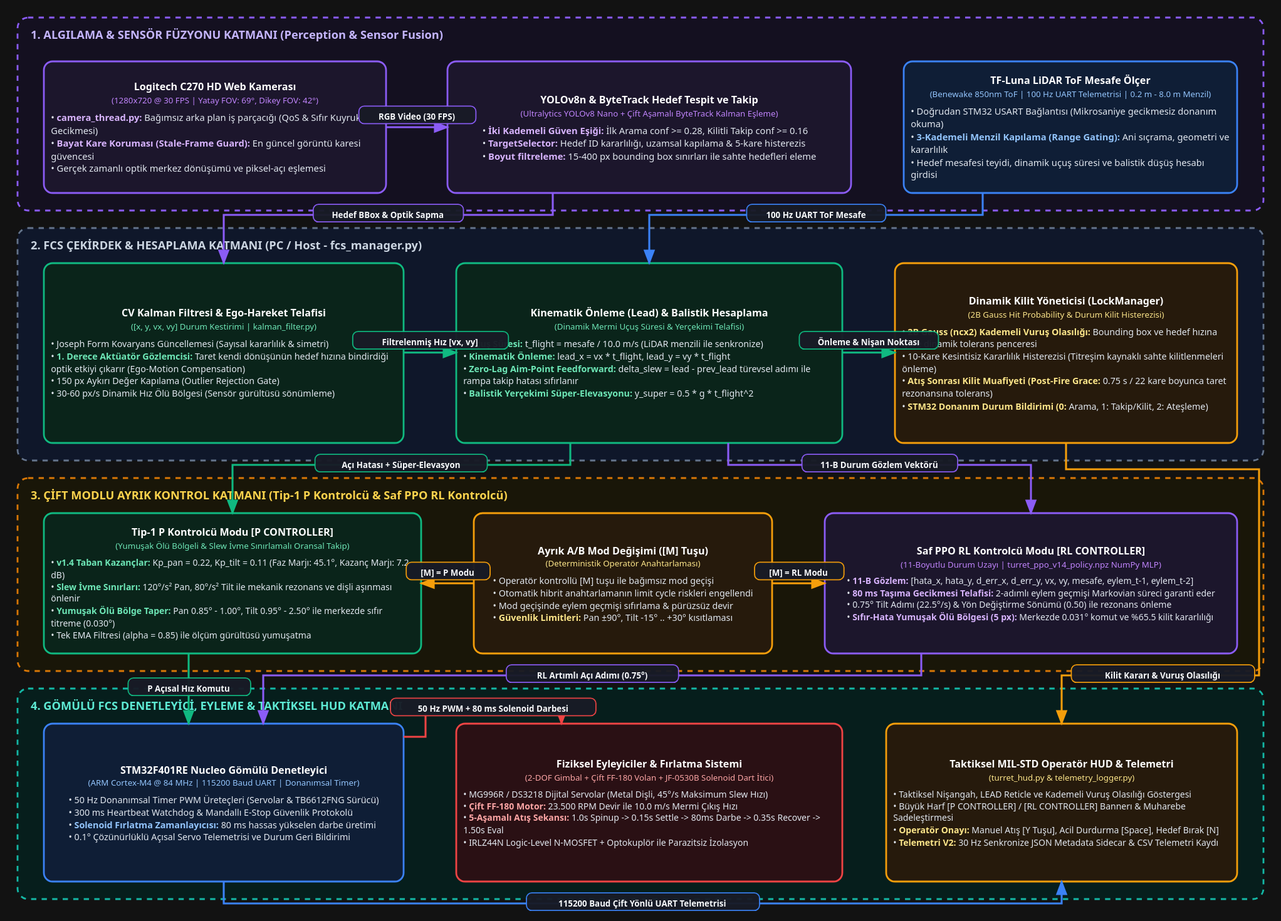
Above: docs/assets/turret_fcs_architecture.svg in brkysnturk/turret_fcs (draw.io), before the change. Source tidied: cells renumbered, new cells last; positions are measured from the earlier drawing's top-left corner, leaving out a move shared by most shapes.
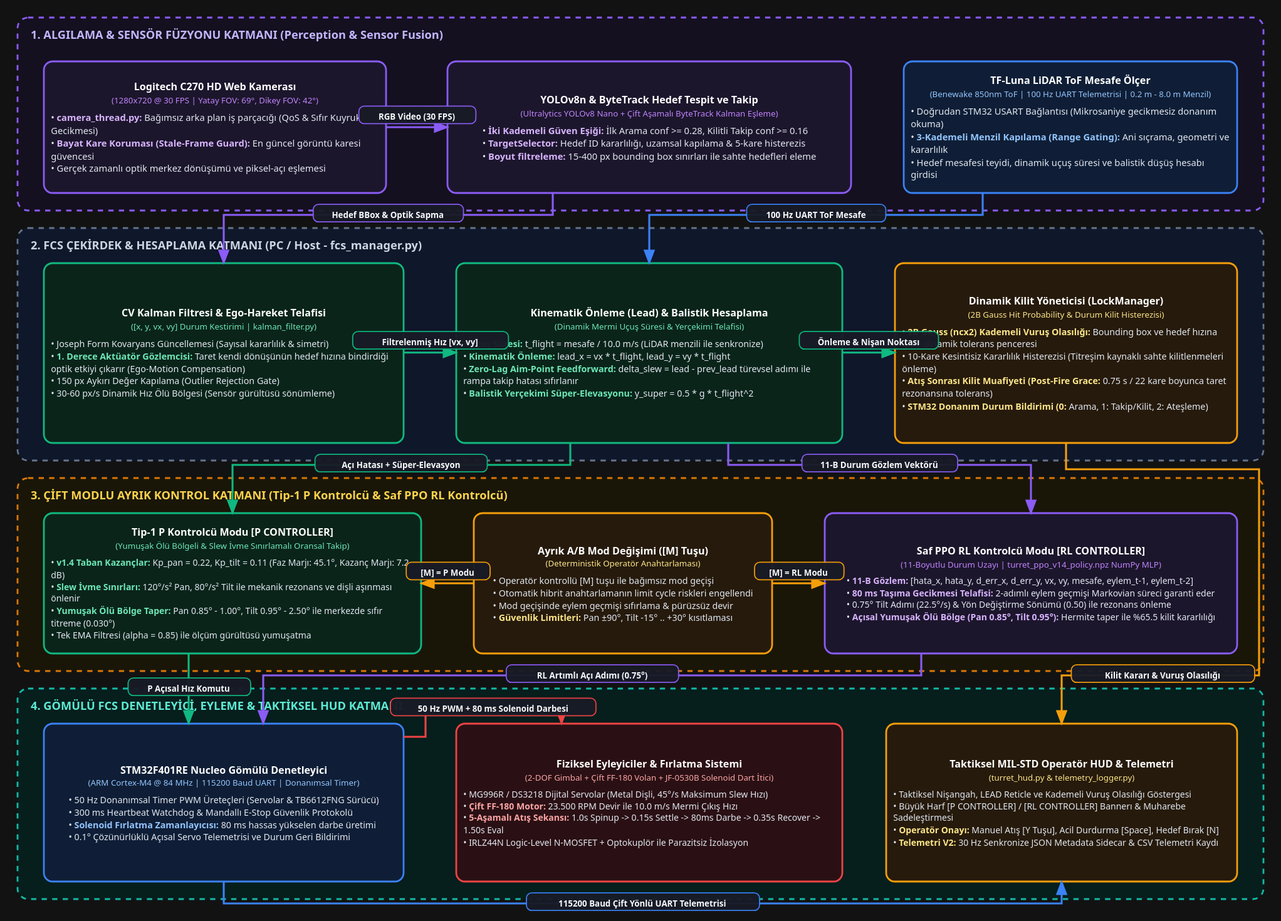
After the change.

What changed in the source:
```diff
@@ -38,7 +38,7 @@
     <mxCell id="13" value="&amp;lt;b&amp;gt;Ayrık A/B Mod Değişimi ([M] Tuşu)&amp;lt;/b&amp;gt;&amp;lt;br&amp;gt;&amp;lt;font style=&quot;font-size:10px; color:#FDE68A;&quot;&amp;gt;(Deterministik Operatör Anahtarlaması)&amp;lt;/font&amp;gt;&amp;lt;br&amp;gt;&amp;lt;font style=&quot;font-size:10.2px;&quot;&amp;gt;&amp;lt;br&amp;gt;• Operatör kontrollü [M] tuşu ile bağımsız mod geçişi&amp;lt;br&amp;gt;• Otomatik hibrit anahtarlamanın limit cycle riskleri engellendi&amp;lt;br&amp;gt;• Mod geçişinde eylem geçmişi sıfırlama &amp;amp; pürüzsüz devir&amp;lt;br&amp;gt;• Güvenlik Limitleri: Pan ±90°, Tilt -15° .. +30° kısıtlaması&amp;lt;/font&amp;gt;" style="rounded=1;whiteSpace=wrap;html=1;arcSize=10;fillColor=#261A0C;strokeColor=#F59E0B;strokeWidth=2;fontColor=#FFFFFF;align=center;verticalAlign=middle;" parent="1" vertex="1">
       <mxGeometry x="520" y="565" width="340" height="160" as="geometry" />
     </mxCell>
-    <mxCell id="14" value="&amp;lt;b&amp;gt;Saf PPO RL Kontrolcü Modu [RL CONTROLLER]&amp;lt;/b&amp;gt;&amp;lt;br&amp;gt;&amp;lt;font style=&quot;font-size:10px; color:#C084FC;&quot;&amp;gt;(11-Boyutlu Durum Uzayı | turret_ppo_v14_policy.npz NumPy MLP)&amp;lt;/font&amp;gt;&amp;lt;br&amp;gt;&amp;lt;font style=&quot;font-size:10px;&quot;&amp;gt;&amp;lt;br&amp;gt;• 11-B Gözlem: [hata_x, hata_y, d_err_x, d_err_y, vx, vy, mesafe, eylem_t-1, eylem_t-2]&amp;lt;br&amp;gt;• 80 ms Taşıma Gecikmesi Telafisi: 2-adımlı eylem geçmişi Markovian süreci garanti eder&amp;lt;br&amp;gt;• 0.75° Tilt Adımı (22.5°/s) &amp;amp; Yön Değiştirme Sönümü (0.50) ile rezonans önleme&amp;lt;br&amp;gt;• Sıfır-Hata Yumuşak Ölü Bölgesi (5 px): Merkezde 0.031° komut ve %65.5 kilit kararlılığı&amp;lt;/font&amp;gt;" style="rounded=1;whiteSpace=wrap;html=1;arcSize=10;fillColor=#1C162C;strokeColor=#8B5CF6;strokeWidth=2;fontColor=#FFFFFF;align=center;verticalAlign=middle;" parent="1" vertex="1">
+    <mxCell id="14" value="&amp;lt;b&amp;gt;Saf PPO RL Kontrolcü Modu [RL CONTROLLER]&amp;lt;/b&amp;gt;&amp;lt;br&amp;gt;&amp;lt;font style=&quot;font-size:10px; color:#C084FC;&quot;&amp;gt;(11-Boyutlu Durum Uzayı | turret_ppo_v14_policy.npz NumPy MLP)&amp;lt;/font&amp;gt;&amp;lt;br&amp;gt;&amp;lt;font style=&quot;font-size:10px;&quot;&amp;gt;&amp;lt;br&amp;gt;• 11-B Gözlem: [hata_x, hata_y, d_err_x, d_err_y, vx, vy, mesafe, eylem_t-1, eylem_t-2]&amp;lt;br&amp;gt;• 80 ms Taşıma Gecikmesi Telafisi: 2-adımlı eylem geçmişi Markovian süreci garanti eder&amp;lt;br&amp;gt;• 0.75° Tilt Adımı (22.5°/s) &amp;amp; Yön Değiştirme Sönümü (0.50) ile rezonans önleme&amp;lt;br&amp;gt;• Açısal Yumuşak Ölü Bölge (Pan 0.85°, Tilt 0.95°): Hermite taper ile %65.5 kilit kararlılığı&amp;lt;/font&amp;gt;" style="rounded=1;whiteSpace=wrap;html=1;arcSize=10;fillColor=#1C162C;strokeColor=#8B5CF6;strokeWidth=2;fontColor=#FFFFFF;align=center;verticalAlign=middle;" parent="1" vertex="1">
       <mxGeometry x="920" y="565" width="470" height="160" as="geometry" />
     </mxCell>
     <mxCell id="15" value="&amp;lt;b&amp;gt;STM32F401RE Nucleo Gömülü Denetleyici&amp;lt;/b&amp;gt;&amp;lt;br&amp;gt;&amp;lt;font style=&quot;font-size:10px; color:#93C5FD;&quot;&amp;gt;(ARM Cortex-M4 @ 84 MHz | 115200 Baud UART | Donanımsal Timer)&amp;lt;/font&amp;gt;&amp;lt;br&amp;gt;&amp;lt;font style=&quot;font-size:10.2px;&quot;&amp;gt;&amp;lt;br&amp;gt;• 50 Hz Donanımsal Timer PWM Üreteçleri (Servolar &amp;amp; TB6612FNG Sürücü)&amp;lt;br&amp;gt;• 300 ms Heartbeat Watchdog &amp;amp; Mandallı E-Stop Güvenlik Protokolü&amp;lt;br&amp;gt;• Solenoid Fırlatma Zamanlayıcısı: 80 ms hassas yükselen darbe üretimi&amp;lt;br&amp;gt;• 0.1° Çözünürlüklü Açısal Servo Telemetrisi ve Durum Geri Bildirimi&amp;lt;/font&amp;gt;" style="rounded=1;whiteSpace=wrap;html=1;arcSize=10;fillColor=#0F1E36;strokeColor=#3B82F6;strokeWidth=2;fontColor=#FFFFFF;align=center;verticalAlign=middle;" parent="1" vertex="1">
```
